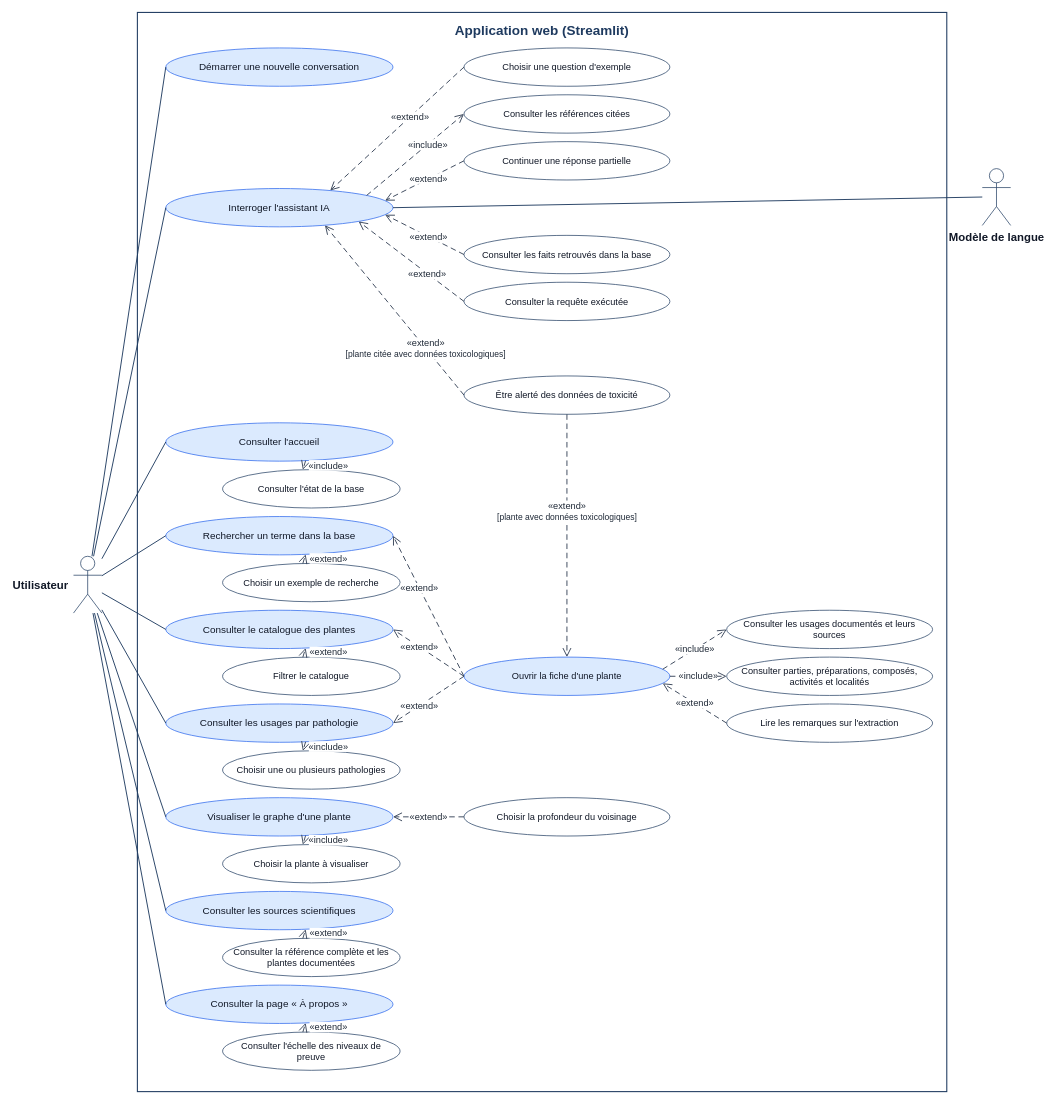
Earlier version of the draw.io diagram images/cas_utilisation_application.drawio (Lougoudoro/master-memoire). Source tidied: cells renumbered, new cells numbered last; positions are measured from the earlier drawing's top-left corner, leaving out a move shared by most shapes. Both pictures are drawn from the tidied source at 71%, with x=0, y=0 at pixel (73, 12).
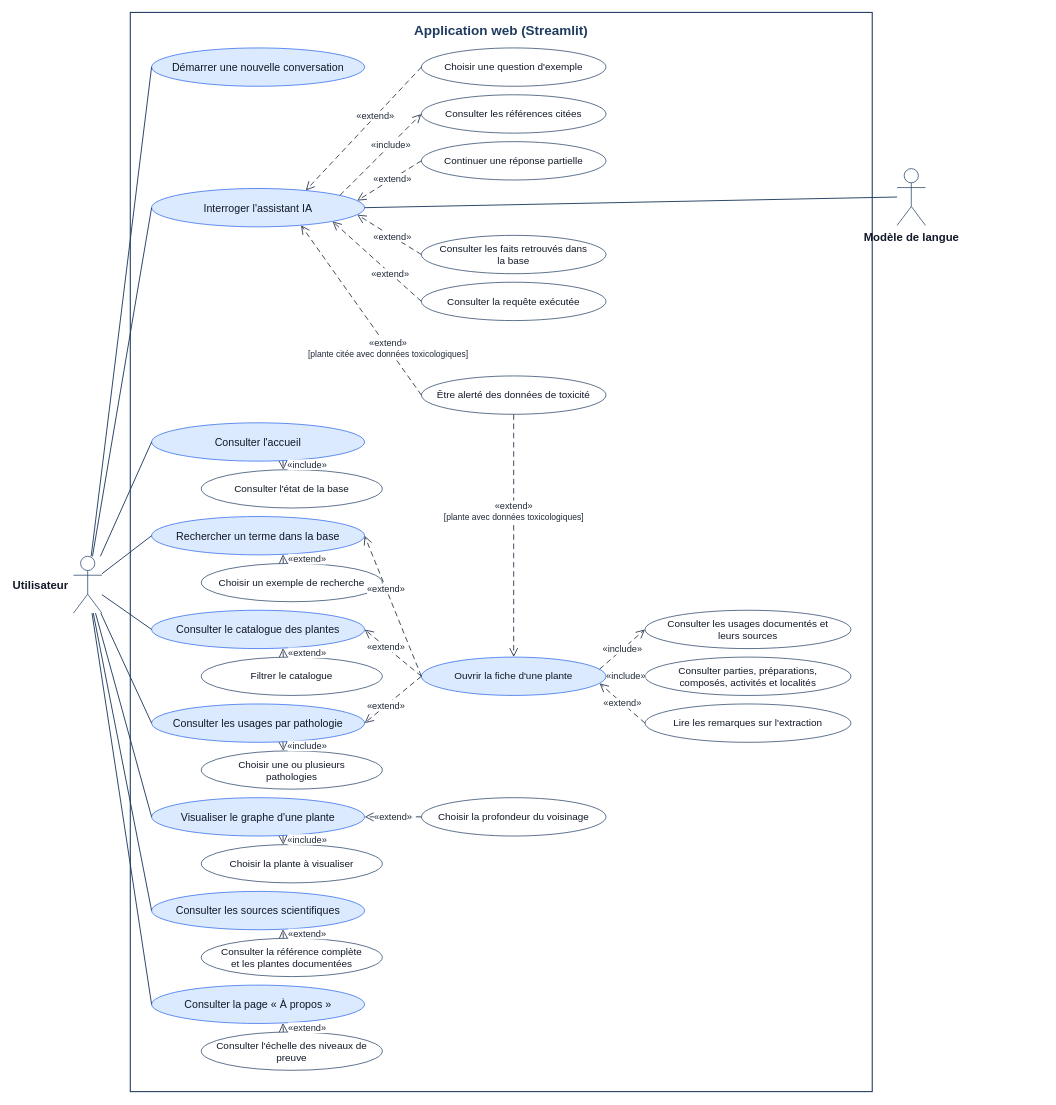
After the change.

What changed in the source:
```diff
@@
     <mxCell id="2" value="&lt;b&gt;Application web (Streamlit)&lt;/b&gt;" style="rounded=0;whiteSpace=wrap;html=1;fillColor=none;strokeColor=#1e3a5f;strokeWidth=1.5;verticalAlign=top;align=center;spacingTop=8;fontColor=#1e3a5f;fontSize=19;" parent="1" vertex="1">
-      <mxGeometry x="90" width="1140" height="1520" as="geometry" />
+      <mxGeometry x="80" width="1045" height="1520" as="geometry" />
     </mxCell>
-    <mxCell id="3" value="Interroger l'assistant IA" style="ellipse;whiteSpace=wrap;html=1;fillColor=#dbeafe;strokeColor=#2563eb;fontColor=#111827;fontSize=14;spacing=6;" parent="1" vertex="1">
-      <mxGeometry x="130" y="248" width="320" height="54" as="geometry" />
+    <mxCell id="3" value="Interroger l'assistant IA" style="ellipse;whiteSpace=wrap;html=1;fillColor=#dbeafe;strokeColor=#2563eb;fontColor=#111827;fontSize=15;spacing=6;spacingLeft=16;spacingRight=16;" parent="1" vertex="1">
+      <mxGeometry x="110" y="248" width="300" height="54" as="geometry" />
     </mxCell>
-    <mxCell id="4" value="Démarrer une nouvelle conversation" style="ellipse;whiteSpace=wrap;html=1;fillColor=#dbeafe;strokeColor=#2563eb;fontColor=#111827;fontSize=14;spacing=6;" parent="1" vertex="1">
-      <mxGeometry x="130" y="50" width="320" height="54" as="geometry" />
+    <mxCell id="4" value="Démarrer une nouvelle conversation" style="ellipse;whiteSpace=wrap;html=1;fillColor=#dbeafe;strokeColor=#2563eb;fontColor=#111827;fontSize=15;spacing=6;spacingLeft=16;spacingRight=16;" parent="1" vertex="1">
+      <mxGeometry x="110" y="50" width="300" height="54" as="geometry" />
     </mxCell>
-    <mxCell id="5" value="Choisir une question d'exemple" style="ellipse;whiteSpace=wrap;html=1;fillColor=#ffffff;strokeColor=#1e3a5f;fontColor=#111827;fontSize=13;spacing=6;" parent="1" vertex="1">
-      <mxGeometry x="550" y="50" width="290" height="54" as="geometry" />
+    <mxCell id="5" value="Choisir une question d'exemple" style="ellipse;whiteSpace=wrap;html=1;fillColor=#ffffff;strokeColor=#1e3a5f;fontColor=#111827;fontSize=14;spacing=6;spacingLeft=16;spacingRight=16;" parent="1" vertex="1">
+      <mxGeometry x="490" y="50" width="260" height="54" as="geometry" />
     </mxCell>
-    <mxCell id="6" value="Consulter les références citées" style="ellipse;whiteSpace=wrap;html=1;fillColor=#ffffff;strokeColor=#1e3a5f;fontColor=#111827;fontSize=13;spacing=6;" parent="1" vertex="1">
-      <mxGeometry x="550" y="116" width="290" height="54" as="geometry" />
+    <mxCell id="6" value="Consulter les références citées" style="ellipse;whiteSpace=wrap;html=1;fillColor=#ffffff;strokeColor=#1e3a5f;fontColor=#111827;fontSize=14;spacing=6;spacingLeft=16;spacingRight=16;" parent="1" vertex="1">
+      <mxGeometry x="490" y="116" width="260" height="54" as="geometry" />
     </mxCell>
-    <mxCell id="7" value="Continuer une réponse partielle" style="ellipse;whiteSpace=wrap;html=1;fillColor=#ffffff;strokeColor=#1e3a5f;fontColor=#111827;fontSize=13;spacing=6;" parent="1" vertex="1">
-      <mxGeometry x="550" y="182" width="290" height="54" as="geometry" />
+    <mxCell id="7" value="Continuer une réponse partielle" style="ellipse;whiteSpace=wrap;html=1;fillColor=#ffffff;strokeColor=#1e3a5f;fontColor=#111827;fontSize=14;spacing=6;spacingLeft=16;spacingRight=16;" parent="1" vertex="1">
+      <mxGeometry x="490" y="182" width="260" height="54" as="geometry" />
     </mxCell>
-    <mxCell id="8" value="Consulter les faits retrouvés dans la base" style="ellipse;whiteSpace=wrap;html=1;fillColor=#ffffff;strokeColor=#1e3a5f;fontColor=#111827;fontSize=13;spacing=6;" parent="1" vertex="1">
-      <mxGeometry x="550" y="314" width="290" height="54" as="geometry" />
+    <mxCell id="8" value="Consulter les faits retrouvés dans la base" style="ellipse;whiteSpace=wrap;html=1;fillColor=#ffffff;strokeColor=#1e3a5f;fontColor=#111827;fontSize=14;spacing=6;spacingLeft=16;spacingRight=16;" parent="1" vertex="1">
+      <mxGeometry x="490" y="314" width="260" height="54" as="geometry" />
     </mxCell>
-    <mxCell id="9" value="Consulter la requête exécutée" style="ellipse;whiteSpace=wrap;html=1;fillColor=#ffffff;strokeColor=#1e3a5f;fontColor=#111827;fontSize=13;spacing=6;" parent="1" vertex="1">
-      <mxGeometry x="550" y="380" width="290" height="54" as="geometry" />
+    <mxCell id="9" value="Consulter la requête exécutée" style="ellipse;whiteSpace=wrap;html=1;fillColor=#ffffff;strokeColor=#1e3a5f;fontColor=#111827;fontSize=14;spacing=6;spacingLeft=16;spacingRight=16;" parent="1" vertex="1">
+      <mxGeometry x="490" y="380" width="260" height="54" as="geometry" />
     </mxCell>
-    <mxCell id="10" value="Être alerté des données de toxicité" style="ellipse;whiteSpace=wrap;html=1;fillColor=#ffffff;strokeColor=#1e3a5f;fontColor=#111827;fontSize=13;spacing=6;" parent="1" vertex="1">
-      <mxGeometry x="550" y="512" width="290" height="54" as="geometry" />
+    <mxCell id="10" value="Être alerté des données de toxicité" style="ellipse;whiteSpace=wrap;html=1;fillColor=#ffffff;strokeColor=#1e3a5f;fontColor=#111827;fontSize=14;spacing=6;spacingLeft=16;spacingRight=16;" parent="1" vertex="1">
+      <mxGeometry x="490" y="512" width="260" height="54" as="geometry" />
     </mxCell>
@@
-    <mxCell id="17" value="Consulter l'accueil" style="ellipse;whiteSpace=wrap;html=1;fillColor=#dbeafe;strokeColor=#2563eb;fontColor=#111827;fontSize=14;spacing=6;" parent="1" vertex="1">
-      <mxGeometry x="130" y="578" width="320" height="54" as="geometry" />
+    <mxCell id="17" value="Consulter l'accueil" style="ellipse;whiteSpace=wrap;html=1;fillColor=#dbeafe;strokeColor=#2563eb;fontColor=#111827;fontSize=15;spacing=6;spacingLeft=16;spacingRight=16;" parent="1" vertex="1">
+      <mxGeometry x="110" y="578" width="300" height="54" as="geometry" />
     </mxCell>
-    <mxCell id="18" value="Consulter l'état de la base" style="ellipse;whiteSpace=wrap;html=1;fillColor=#ffffff;strokeColor=#1e3a5f;fontColor=#111827;fontSize=13;spacing=6;" parent="1" vertex="1">
-      <mxGeometry x="210" y="644" width="250" height="54" as="geometry" />
+    <mxCell id="18" value="Consulter l'état de la base" style="ellipse;whiteSpace=wrap;html=1;fillColor=#ffffff;strokeColor=#1e3a5f;fontColor=#111827;fontSize=14;spacing=6;spacingLeft=16;spacingRight=16;" parent="1" vertex="1">
+      <mxGeometry x="180" y="644" width="255" height="54" as="geometry" />
     </mxCell>
@@
-    <mxCell id="20" value="Rechercher un terme dans la base" style="ellipse;whiteSpace=wrap;html=1;fillColor=#dbeafe;strokeColor=#2563eb;fontColor=#111827;fontSize=14;spacing=6;" parent="1" vertex="1">
-      <mxGeometry x="130" y="710" width="320" height="54" as="geometry" />
+    <mxCell id="20" value="Rechercher un terme dans la base" style="ellipse;whiteSpace=wrap;html=1;fillColor=#dbeafe;strokeColor=#2563eb;fontColor=#111827;fontSize=15;spacing=6;spacingLeft=16;spacingRight=16;" parent="1" vertex="1">
+      <mxGeometry x="110" y="710" width="300" height="54" as="geometry" />
     </mxCell>
-    <mxCell id="21" value="Choisir un exemple de recherche" style="ellipse;whiteSpace=wrap;html=1;fillColor=#ffffff;strokeColor=#1e3a5f;fontColor=#111827;fontSize=13;spacing=6;" parent="1" vertex="1">
-      <mxGeometry x="210" y="776" width="250" height="54" as="geometry" />
+    <mxCell id="21" value="Choisir un exemple de recherche" style="ellipse;whiteSpace=wrap;html=1;fillColor=#ffffff;strokeColor=#1e3a5f;fontColor=#111827;fontSize=14;spacing=6;spacingLeft=16;spacingRight=16;" parent="1" vertex="1">
+      <mxGeometry x="180" y="776" width="255" height="54" as="geometry" />
     </mxCell>
@@
-    <mxCell id="23" value="Consulter le catalogue des plantes" style="ellipse;whiteSpace=wrap;html=1;fillColor=#dbeafe;strokeColor=#2563eb;fontColor=#111827;fontSize=14;spacing=6;" parent="1" vertex="1">
-      <mxGeometry x="130" y="842" width="320" height="54" as="geometry" />
+    <mxCell id="23" value="Consulter le catalogue des plantes" style="ellipse;whiteSpace=wrap;html=1;fillColor=#dbeafe;strokeColor=#2563eb;fontColor=#111827;fontSize=15;spacing=6;spacingLeft=16;spacingRight=16;" parent="1" vertex="1">
+      <mxGeometry x="110" y="842" width="300" height="54" as="geometry" />
     </mxCell>
-    <mxCell id="24" value="Filtrer le catalogue" style="ellipse;whiteSpace=wrap;html=1;fillColor=#ffffff;strokeColor=#1e3a5f;fontColor=#111827;fontSize=13;spacing=6;" parent="1" vertex="1">
-      <mxGeometry x="210" y="908" width="250" height="54" as="geometry" />
+    <mxCell id="24" value="Filtrer le catalogue" style="ellipse;whiteSpace=wrap;html=1;fillColor=#ffffff;strokeColor=#1e3a5f;fontColor=#111827;fontSize=14;spacing=6;spacingLeft=16;spacingRight=16;" parent="1" vertex="1">
+      <mxGeometry x="180" y="908" width="255" height="54" as="geometry" />
     </mxCell>
@@
-    <mxCell id="26" value="Consulter les usages par pathologie" style="ellipse;whiteSpace=wrap;html=1;fillColor=#dbeafe;strokeColor=#2563eb;fontColor=#111827;fontSize=14;spacing=6;" parent="1" vertex="1">
-      <mxGeometry x="130" y="974" width="320" height="54" as="geometry" />
+    <mxCell id="26" value="Consulter les usages par pathologie" style="ellipse;whiteSpace=wrap;html=1;fillColor=#dbeafe;strokeColor=#2563eb;fontColor=#111827;fontSize=15;spacing=6;spacingLeft=16;spacingRight=16;" parent="1" vertex="1">
+      <mxGeometry x="110" y="974" width="300" height="54" as="geometry" />
     </mxCell>
-    <mxCell id="27" value="Choisir une ou plusieurs pathologies" style="ellipse;whiteSpace=wrap;html=1;fillColor=#ffffff;strokeColor=#1e3a5f;fontColor=#111827;fontSize=13;spacing=6;" parent="1" vertex="1">
-      <mxGeometry x="210" y="1040" width="250" height="54" as="geometry" />
+    <mxCell id="27" value="Choisir une ou plusieurs pathologies" style="ellipse;whiteSpace=wrap;html=1;fillColor=#ffffff;strokeColor=#1e3a5f;fontColor=#111827;fontSize=14;spacing=6;spacingLeft=16;spacingRight=16;" parent="1" vertex="1">
+      <mxGeometry x="180" y="1040" width="255" height="54" as="geometry" />
     </mxCell>
@@
-    <mxCell id="29" value="Ouvrir la fiche d'une plante" style="ellipse;whiteSpace=wrap;html=1;fillColor=#dbeafe;strokeColor=#2563eb;fontColor=#111827;fontSize=13;spacing=6;" parent="1" vertex="1">
-      <mxGeometry x="550" y="908" width="290" height="54" as="geometry" />
+    <mxCell id="29" value="Ouvrir la fiche d'une plante" style="ellipse;whiteSpace=wrap;html=1;fillColor=#dbeafe;strokeColor=#2563eb;fontColor=#111827;fontSize=14;spacing=6;spacingLeft=16;spacingRight=16;" parent="1" vertex="1">
+      <mxGeometry x="490" y="908" width="260" height="54" as="geometry" />
     </mxCell>
@@
-    <mxCell id="34" value="Consulter les usages documentés et leurs sources" style="ellipse;whiteSpace=wrap;html=1;fillColor=#ffffff;strokeColor=#1e3a5f;fontColor=#111827;fontSize=13;spacing=6;" parent="1" vertex="1">
-      <mxGeometry x="920" y="842" width="290" height="54" as="geometry" />
+    <mxCell id="34" value="Consulter les usages documentés et leurs sources" style="ellipse;whiteSpace=wrap;html=1;fillColor=#ffffff;strokeColor=#1e3a5f;fontColor=#111827;fontSize=14;spacing=6;spacingLeft=16;spacingRight=16;" parent="1" vertex="1">
+      <mxGeometry x="805" y="842" width="290" height="54" as="geometry" />
     </mxCell>
-    <mxCell id="35" value="Consulter parties, préparations, composés, activités et localités" style="ellipse;whiteSpace=wrap;html=1;fillColor=#ffffff;strokeColor=#1e3a5f;fontColor=#111827;fontSize=13;spacing=6;" parent="1" vertex="1">
-      <mxGeometry x="920" y="908" width="290" height="54" as="geometry" />
+    <mxCell id="35" value="Consulter parties, préparations, composés, activités et localités" style="ellipse;whiteSpace=wrap;html=1;fillColor=#ffffff;strokeColor=#1e3a5f;fontColor=#111827;fontSize=14;spacing=6;spacingLeft=16;spacingRight=16;" parent="1" vertex="1">
+      <mxGeometry x="805" y="908" width="290" height="54" as="geometry" />
     </mxCell>
-    <mxCell id="36" value="Lire les remarques sur l'extraction" style="ellipse;whiteSpace=wrap;html=1;fillColor=#ffffff;strokeColor=#1e3a5f;fontColor=#111827;fontSize=13;spacing=6;" parent="1" vertex="1">
-      <mxGeometry x="920" y="974" width="290" height="54" as="geometry" />
+    <mxCell id="36" value="Lire les remarques sur l'extraction" style="ellipse;whiteSpace=wrap;html=1;fillColor=#ffffff;strokeColor=#1e3a5f;fontColor=#111827;fontSize=14;spacing=6;spacingLeft=16;spacingRight=16;" parent="1" vertex="1">
+      <mxGeometry x="805" y="974" width="290" height="54" as="geometry" />
     </mxCell>
@@
-    <mxCell id="40" value="Visualiser le graphe d'une plante" style="ellipse;whiteSpace=wrap;html=1;fillColor=#dbeafe;strokeColor=#2563eb;fontColor=#111827;fontSize=14;spacing=6;" parent="1" vertex="1">
-      <mxGeometry x="130" y="1106" width="320" height="54" as="geometry" />
+    <mxCell id="40" value="Visualiser le graphe d'une plante" style="ellipse;whiteSpace=wrap;html=1;fillColor=#dbeafe;strokeColor=#2563eb;fontColor=#111827;fontSize=15;spacing=6;spacingLeft=16;spacingRight=16;" parent="1" vertex="1">
+      <mxGeometry x="110" y="1106" width="300" height="54" as="geometry" />
     </mxCell>
-    <mxCell id="41" value="Choisir la plante à visualiser" style="ellipse;whiteSpace=wrap;html=1;fillColor=#ffffff;strokeColor=#1e3a5f;fontColor=#111827;fontSize=13;spacing=6;" parent="1" vertex="1">
-      <mxGeometry x="210" y="1172" width="250" height="54" as="geometry" />
+    <mxCell id="41" value="Choisir la plante à visualiser" style="ellipse;whiteSpace=wrap;html=1;fillColor=#ffffff;strokeColor=#1e3a5f;fontColor=#111827;fontSize=14;spacing=6;spacingLeft=16;spacingRight=16;" parent="1" vertex="1">
+      <mxGeometry x="180" y="1172" width="255" height="54" as="geometry" />
     </mxCell>
@@
-    <mxCell id="43" value="Choisir la profondeur du voisinage" style="ellipse;whiteSpace=wrap;html=1;fillColor=#ffffff;strokeColor=#1e3a5f;fontColor=#111827;fontSize=13;spacing=6;" parent="1" vertex="1">
-      <mxGeometry x="550" y="1106" width="290" height="54" as="geometry" />
+    <mxCell id="43" value="Choisir la profondeur du voisinage" style="ellipse;whiteSpace=wrap;html=1;fillColor=#ffffff;strokeColor=#1e3a5f;fontColor=#111827;fontSize=14;spacing=6;spacingLeft=16;spacingRight=16;" parent="1" vertex="1">
+      <mxGeometry x="490" y="1106" width="260" height="54" as="geometry" />
     </mxCell>
@@
-    <mxCell id="45" value="Consulter les sources scientifiques" style="ellipse;whiteSpace=wrap;html=1;fillColor=#dbeafe;strokeColor=#2563eb;fontColor=#111827;fontSize=14;spacing=6;" parent="1" vertex="1">
-      <mxGeometry x="130" y="1238" width="320" height="54" as="geometry" />
+    <mxCell id="45" value="Consulter les sources scientifiques" style="ellipse;whiteSpace=wrap;html=1;fillColor=#dbeafe;strokeColor=#2563eb;fontColor=#111827;fontSize=15;spacing=6;spacingLeft=16;spacingRight=16;" parent="1" vertex="1">
+      <mxGeometry x="110" y="1238" width="300" height="54" as="geometry" />
     </mxCell>
-    <mxCell id="46" value="Consulter la référence complète et les plantes documentées" style="ellipse;whiteSpace=wrap;html=1;fillColor=#ffffff;strokeColor=#1e3a5f;fontColor=#111827;fontSize=13;spacing=6;" parent="1" vertex="1">
-      <mxGeometry x="210" y="1304" width="250" height="54" as="geometry" />
+    <mxCell id="46" value="Consulter la référence complète et les plantes documentées" style="ellipse;whiteSpace=wrap;html=1;fillColor=#ffffff;strokeColor=#1e3a5f;fontColor=#111827;fontSize=14;spacing=6;spacingLeft=16;spacingRight=16;" parent="1" vertex="1">
+      <mxGeometry x="180" y="1304" width="255" height="54" as="geometry" />
     </mxCell>
@@
-    <mxCell id="48" value="Consulter la page « À propos »" style="ellipse;whiteSpace=wrap;html=1;fillColor=#dbeafe;strokeColor=#2563eb;fontColor=#111827;fontSize=14;spacing=6;" parent="1" vertex="1">
-      <mxGeometry x="130" y="1370" width="320" height="54" as="geometry" />
+    <mxCell id="48" value="Consulter la page « À propos »" style="ellipse;whiteSpace=wrap;html=1;fillColor=#dbeafe;strokeColor=#2563eb;fontColor=#111827;fontSize=15;spacing=6;spacingLeft=16;spacingRight=16;" parent="1" vertex="1">
+      <mxGeometry x="110" y="1370" width="300" height="54" as="geometry" />
     </mxCell>
-    <mxCell id="49" value="Consulter l'échelle des niveaux de preuve" style="ellipse;whiteSpace=wrap;html=1;fillColor=#ffffff;strokeColor=#1e3a5f;fontColor=#111827;fontSize=13;spacing=6;" parent="1" vertex="1">
-      <mxGeometry x="210" y="1436" width="250" height="54" as="geometry" />
+    <mxCell id="49" value="Consulter l'échelle des niveaux de preuve" style="ellipse;whiteSpace=wrap;html=1;fillColor=#ffffff;strokeColor=#1e3a5f;fontColor=#111827;fontSize=14;spacing=6;spacingLeft=16;spacingRight=16;" parent="1" vertex="1">
+      <mxGeometry x="180" y="1436" width="255" height="54" as="geometry" />
     </mxCell>
@@
     <mxCell id="52" value="Modèle de langue" style="shape=umlActor;verticalLabelPosition=bottom;verticalAlign=top;html=1;outlineConnect=0;fillColor=#ffffff;strokeColor=#1e3a5f;fontColor=#111827;fontSize=16;fontStyle=1;" parent="1" vertex="1">
-      <mxGeometry x="1280" y="220" width="40" height="80" as="geometry" />
+      <mxGeometry x="1160" y="220" width="40" height="80" as="geometry" />
     </mxCell>
```
